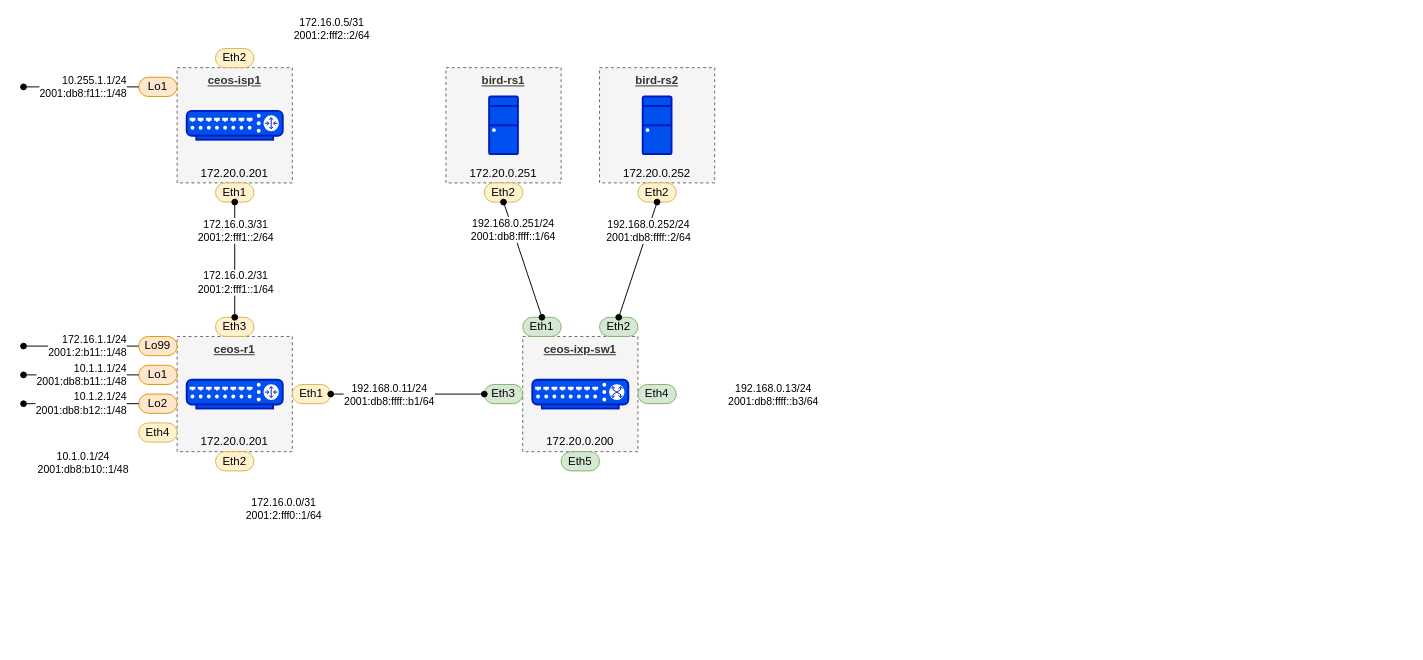
Before: npa-plane.drawio in commitconfirmed/draw-io, a draw.io diagram. Source tidied: cells renumbered, new cells numbered last; positions are measured from the earlier drawing's top-left corner, leaving out a move shared by most shapes. Both pictures are drawn from the tidied source at 96%, with x=0, y=0 at pixel (23, 28).
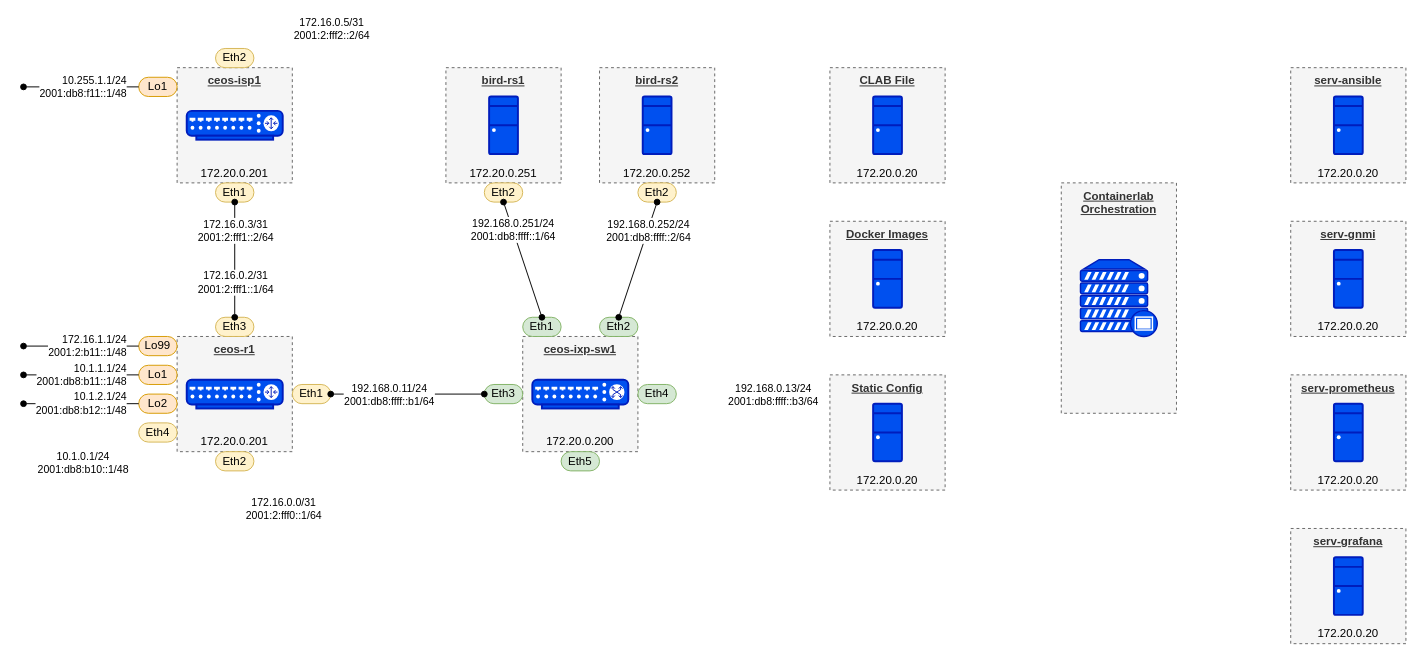
The same page after the edit.

Change to the diagram source:
```diff
@@
+    <mxCell id="55" value="&lt;u&gt;&lt;b&gt;serv-ansible&lt;/b&gt;&lt;/u&gt;" style="rounded=0;whiteSpace=wrap;html=1;dashed=1;fillColor=#f5f5f5;strokeColor=#666666;fontColor=#333333;labelPosition=center;verticalLabelPosition=middle;align=center;verticalAlign=top;spacingTop=0;" parent="1" vertex="1">
+      <mxGeometry x="1320" y="41" width="120" height="120" as="geometry" />
+    </mxCell>
+    <mxCell id="56" value="172.20.0.20" style="text;html=1;align=center;verticalAlign=middle;whiteSpace=wrap;rounded=0;" parent="1" vertex="1">
+      <mxGeometry x="1320" y="141" width="120" height="20" as="geometry" />
+    </mxCell>
+    <mxCell id="57" style="fontColor=#ffffff;verticalAlign=top;verticalLabelPosition=bottom;labelPosition=center;align=center;html=1;fillColor=#0050ef;strokeColor=#001DBC;gradientDirection=north;strokeWidth=2;shape=mxgraph.networks.desktop_pc;" parent="1" vertex="1">
+      <mxGeometry x="1365" y="71" width="30" height="60" as="geometry" />
+    </mxCell>
+    <mxCell id="58" value="&lt;u&gt;&lt;b&gt;Containerlab Orchestration&lt;/b&gt;&lt;/u&gt;" style="rounded=0;whiteSpace=wrap;html=1;dashed=1;fillColor=#f5f5f5;strokeColor=#666666;fontColor=#333333;labelPosition=center;verticalLabelPosition=middle;align=center;verticalAlign=top;spacingTop=0;" parent="1" vertex="1">
+      <mxGeometry x="1081" y="161" width="120" height="240" as="geometry" />
+    </mxCell>
+    <mxCell id="59" style="verticalAlign=top;verticalLabelPosition=bottom;labelPosition=center;align=center;html=1;fillColor=#0050ef;strokeColor=#001DBC;gradientDirection=north;strokeWidth=2;shape=mxgraph.networks.proxy_server;fontColor=#ffffff;" parent="1" vertex="1">
+      <mxGeometry x="1101" y="241" width="80" height="80" as="geometry" />
+    </mxCell>
+    <mxCell id="60" value="&lt;u&gt;&lt;b&gt;CLAB File&lt;/b&gt;&lt;/u&gt;" style="rounded=0;whiteSpace=wrap;html=1;dashed=1;fillColor=#f5f5f5;strokeColor=#666666;fontColor=#333333;labelPosition=center;verticalLabelPosition=middle;align=center;verticalAlign=top;spacingTop=0;" parent="1" vertex="1">
+      <mxGeometry x="840" y="41" width="120" height="120" as="geometry" />
+    </mxCell>
+    <mxCell id="61" value="172.20.0.20" style="text;html=1;align=center;verticalAlign=middle;whiteSpace=wrap;rounded=0;" parent="1" vertex="1">
+      <mxGeometry x="840" y="141" width="120" height="20" as="geometry" />
+    </mxCell>
+    <mxCell id="62" style="fontColor=#ffffff;verticalAlign=top;verticalLabelPosition=bottom;labelPosition=center;align=center;html=1;fillColor=#0050ef;strokeColor=#001DBC;gradientDirection=north;strokeWidth=2;shape=mxgraph.networks.desktop_pc;" parent="1" vertex="1">
+      <mxGeometry x="885" y="71" width="30" height="60" as="geometry" />
+    </mxCell>
+    <mxCell id="63" value="&lt;u&gt;&lt;b&gt;Docker Images&lt;/b&gt;&lt;/u&gt;" style="rounded=0;whiteSpace=wrap;html=1;dashed=1;fillColor=#f5f5f5;strokeColor=#666666;fontColor=#333333;labelPosition=center;verticalLabelPosition=middle;align=center;verticalAlign=top;spacingTop=0;" parent="1" vertex="1">
+      <mxGeometry x="840" y="201" width="120" height="120" as="geometry" />
+    </mxCell>
+    <mxCell id="64" value="172.20.0.20" style="text;html=1;align=center;verticalAlign=middle;whiteSpace=wrap;rounded=0;" parent="1" vertex="1">
+      <mxGeometry x="840" y="301" width="120" height="20" as="geometry" />
+    </mxCell>
+    <mxCell id="65" style="fontColor=#ffffff;verticalAlign=top;verticalLabelPosition=bottom;labelPosition=center;align=center;html=1;fillColor=#0050ef;strokeColor=#001DBC;gradientDirection=north;strokeWidth=2;shape=mxgraph.networks.desktop_pc;" parent="1" vertex="1">
+      <mxGeometry x="885" y="231" width="30" height="60" as="geometry" />
+    </mxCell>
+    <mxCell id="66" value="&lt;u&gt;&lt;b&gt;Static Config&lt;/b&gt;&lt;/u&gt;" style="rounded=0;whiteSpace=wrap;html=1;dashed=1;fillColor=#f5f5f5;strokeColor=#666666;fontColor=#333333;labelPosition=center;verticalLabelPosition=middle;align=center;verticalAlign=top;spacingTop=0;" parent="1" vertex="1">
+      <mxGeometry x="840" y="361" width="120" height="120" as="geometry" />
+    </mxCell>
+    <mxCell id="67" value="172.20.0.20" style="text;html=1;align=center;verticalAlign=middle;whiteSpace=wrap;rounded=0;" parent="1" vertex="1">
+      <mxGeometry x="840" y="461" width="120" height="20" as="geometry" />
+    </mxCell>
+    <mxCell id="68" style="fontColor=#ffffff;verticalAlign=top;verticalLabelPosition=bottom;labelPosition=center;align=center;html=1;fillColor=#0050ef;strokeColor=#001DBC;gradientDirection=north;strokeWidth=2;shape=mxgraph.networks.desktop_pc;" parent="1" vertex="1">
+      <mxGeometry x="885" y="391" width="30" height="60" as="geometry" />
+    </mxCell>
+    <mxCell id="69" value="&lt;u&gt;&lt;b&gt;serv-gnmi&lt;/b&gt;&lt;/u&gt;" style="rounded=0;whiteSpace=wrap;html=1;dashed=1;fillColor=#f5f5f5;strokeColor=#666666;fontColor=#333333;labelPosition=center;verticalLabelPosition=middle;align=center;verticalAlign=top;spacingTop=0;" parent="1" vertex="1">
+      <mxGeometry x="1320" y="201" width="120" height="120" as="geometry" />
+    </mxCell>
+    <mxCell id="70" value="172.20.0.20" style="text;html=1;align=center;verticalAlign=middle;whiteSpace=wrap;rounded=0;" parent="1" vertex="1">
+      <mxGeometry x="1320" y="301" width="120" height="20" as="geometry" />
+    </mxCell>
+    <mxCell id="71" style="fontColor=#ffffff;verticalAlign=top;verticalLabelPosition=bottom;labelPosition=center;align=center;html=1;fillColor=#0050ef;strokeColor=#001DBC;gradientDirection=north;strokeWidth=2;shape=mxgraph.networks.desktop_pc;" parent="1" vertex="1">
+      <mxGeometry x="1365" y="231" width="30" height="60" as="geometry" />
+    </mxCell>
+    <mxCell id="72" value="&lt;u&gt;&lt;b&gt;serv-prometheus&lt;/b&gt;&lt;/u&gt;" style="rounded=0;whiteSpace=wrap;html=1;dashed=1;fillColor=#f5f5f5;strokeColor=#666666;fontColor=#333333;labelPosition=center;verticalLabelPosition=middle;align=center;verticalAlign=top;spacingTop=0;" parent="1" vertex="1">
+      <mxGeometry x="1320" y="361" width="120" height="120" as="geometry" />
+    </mxCell>
+    <mxCell id="73" value="172.20.0.20" style="text;html=1;align=center;verticalAlign=middle;whiteSpace=wrap;rounded=0;" parent="1" vertex="1">
+      <mxGeometry x="1320" y="461" width="120" height="20" as="geometry" />
+    </mxCell>
+    <mxCell id="74" style="fontColor=#ffffff;verticalAlign=top;verticalLabelPosition=bottom;labelPosition=center;align=center;html=1;fillColor=#0050ef;strokeColor=#001DBC;gradientDirection=north;strokeWidth=2;shape=mxgraph.networks.desktop_pc;" parent="1" vertex="1">
+      <mxGeometry x="1365" y="391" width="30" height="60" as="geometry" />
+    </mxCell>
+    <mxCell id="75" value="&lt;u&gt;&lt;b&gt;serv-grafana&lt;/b&gt;&lt;/u&gt;" style="rounded=0;whiteSpace=wrap;html=1;dashed=1;fillColor=#f5f5f5;strokeColor=#666666;fontColor=#333333;labelPosition=center;verticalLabelPosition=middle;align=center;verticalAlign=top;spacingTop=0;" parent="1" vertex="1">
+      <mxGeometry x="1320" y="521" width="120" height="120" as="geometry" />
+    </mxCell>
+    <mxCell id="76" value="172.20.0.20" style="text;html=1;align=center;verticalAlign=middle;whiteSpace=wrap;rounded=0;" parent="1" vertex="1">
+      <mxGeometry x="1320" y="621" width="120" height="20" as="geometry" />
+    </mxCell>
+    <mxCell id="77" style="fontColor=#ffffff;verticalAlign=top;verticalLabelPosition=bottom;labelPosition=center;align=center;html=1;fillColor=#0050ef;strokeColor=#001DBC;gradientDirection=north;strokeWidth=2;shape=mxgraph.networks.desktop_pc;" parent="1" vertex="1">
+      <mxGeometry x="1365" y="551" width="30" height="60" as="geometry" />
+    </mxCell>
```
